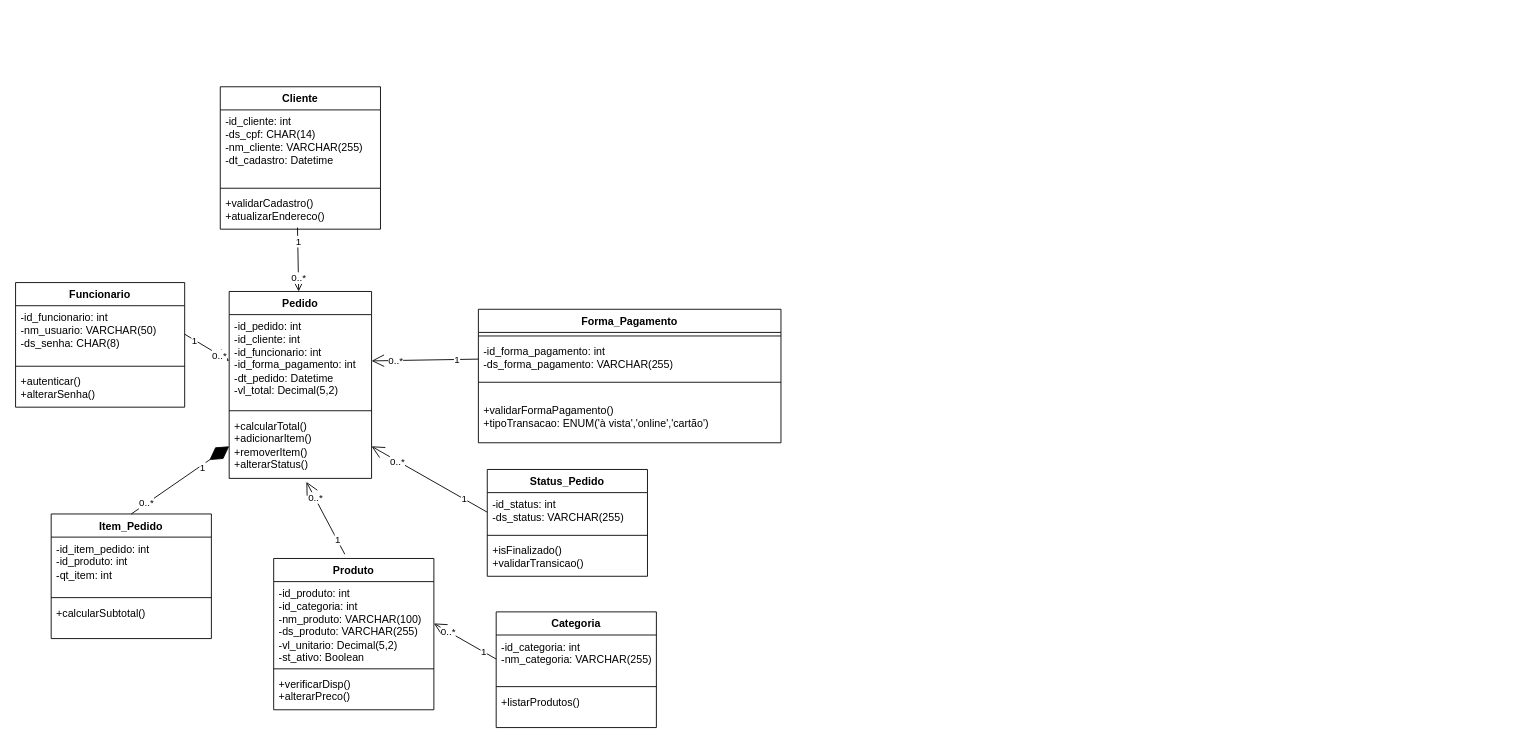
This is gestor-pedidos-lanchonete/sistema-de-gestao-de-pedidos/src/main/java/com/lanchonete/view/DiagramaPagamento.drawio from nathensen/lanchonete-novo-final, a draw.io file, before an edit. Source tidied: cells renumbered, new cells numbered last; positions are measured from the earlier drawing's top-left corner, leaving out a move shared by most shapes. Both pictures are drawn from the tidied source at 89%, with x=0, y=0 at pixel (15, 86).
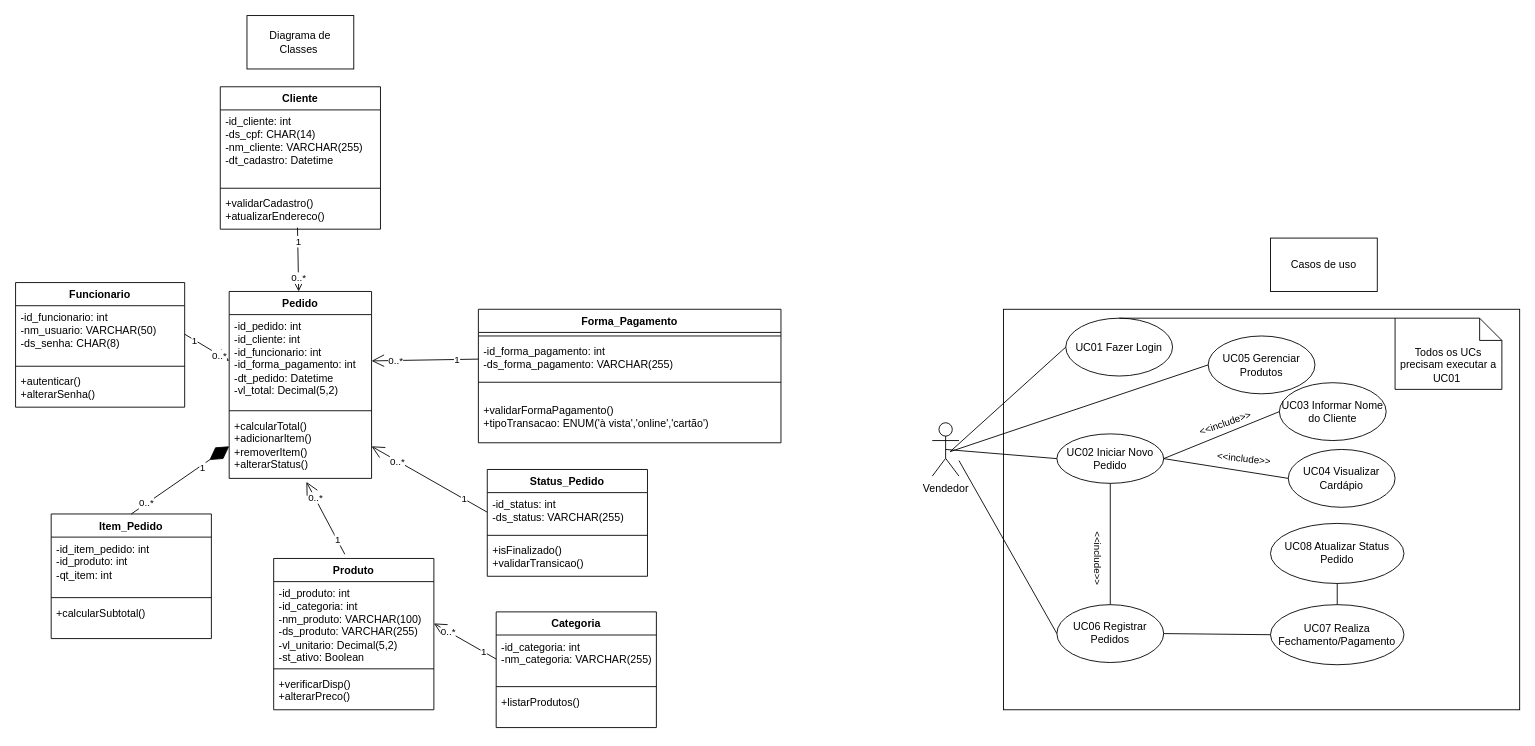
The same diagram, later.

Commit message (it also covers changes not shown here):
Caso de uso

The edit, as a diff of the source:
```diff
@@
+    <mxCell id="56" value="Diagrama de Classes&amp;nbsp;" style="rounded=0;whiteSpace=wrap;html=1;" parent="1" vertex="1">
+      <mxGeometry x="260" y="-80" width="120" height="60" as="geometry" />
+    </mxCell>
+    <mxCell id="57" style="rounded=0;whiteSpace=wrap;html=1;" parent="1" vertex="1">
+      <mxGeometry x="1110" y="250" width="580" height="450" as="geometry" />
+    </mxCell>
+    <mxCell id="58" value="&lt;div style=&quot;&quot;&gt;&lt;span style=&quot;background-color: transparent;&quot;&gt;Todos os UCs precisam executar a UC01&amp;nbsp;&lt;/span&gt;&lt;/div&gt;" style="shape=note2;boundedLbl=1;whiteSpace=wrap;html=1;size=25;verticalAlign=top;align=center;" parent="1" vertex="1">
+      <mxGeometry x="1550" y="260" width="120" height="80" as="geometry" />
+    </mxCell>
+    <mxCell id="59" value="Vendedor" style="shape=umlActor;verticalLabelPosition=bottom;verticalAlign=top;html=1;" parent="1" vertex="1">
+      <mxGeometry x="1030" y="377.5" width="30" height="60" as="geometry" />
+    </mxCell>
+    <mxCell id="60" value="UC01 Fazer Login" style="ellipse;whiteSpace=wrap;html=1;" parent="1" vertex="1">
+      <mxGeometry x="1180" y="260" width="120" height="65" as="geometry" />
+    </mxCell>
+    <mxCell id="61" value="UC02 Iniciar Novo Pedido" style="ellipse;whiteSpace=wrap;html=1;" parent="1" vertex="1">
+      <mxGeometry x="1170" y="390" width="120" height="55.6" as="geometry" />
+    </mxCell>
+    <mxCell id="62" style="endArrow=none;html=1;entryX=0;entryY=0.5;entryDx=0;entryDy=0;exitX=0.5;exitY=0.5;exitDx=0;exitDy=0;exitPerimeter=0;" parent="1" edge="1" source="59" target="61">
+      <mxGeometry relative="1" as="geometry" />
+    </mxCell>
+    <mxCell id="63" style="endArrow=none;html=1;entryX=0;entryY=0.5;entryDx=0;entryDy=0;" parent="1" edge="1" target="60">
+      <mxGeometry relative="1" as="geometry">
+        <mxPoint x="1050" y="410" as="sourcePoint" />
+      </mxGeometry>
+    </mxCell>
+    <mxCell id="64" value="UC03 Informar Nome do Cliente" style="ellipse;whiteSpace=wrap;html=1;" parent="1" vertex="1">
+      <mxGeometry x="1420" y="332.5" width="120" height="65" as="geometry" />
+    </mxCell>
+    <mxCell id="65" style="endArrow=none;html=1;entryX=0;entryY=0.5;entryDx=0;entryDy=0;exitX=1;exitY=0.5;exitDx=0;exitDy=0;" parent="1" edge="1" source="61" target="64">
+      <mxGeometry relative="1" as="geometry" />
+    </mxCell>
+    <mxCell id="66" value="&amp;lt;&amp;lt;include&amp;gt;&amp;gt;" style="edgeLabel;html=1;align=center;verticalAlign=middle;rotation=341;" parent="65" vertex="1">
+      <mxGeometry x="0.07" y="-1" relative="1" as="geometry">
+        <mxPoint x="-1" y="-13" as="offset" />
+      </mxGeometry>
+    </mxCell>
+    <mxCell id="67" value="UC04 Visualizar Cardápio" style="ellipse;whiteSpace=wrap;html=1;" parent="1" vertex="1">
+      <mxGeometry x="1430" y="407.5" width="120" height="65" as="geometry" />
+    </mxCell>
+    <mxCell id="68" style="endArrow=none;html=1;entryX=0;entryY=0.5;entryDx=0;entryDy=0;exitX=1;exitY=0.5;exitDx=0;exitDy=0;" parent="1" edge="1" source="61" target="67">
+      <mxGeometry relative="1" as="geometry" />
+    </mxCell>
+    <mxCell id="69" value="UC05 Gerenciar Produtos" style="ellipse;whiteSpace=wrap;html=1;" parent="1" vertex="1">
+      <mxGeometry x="1340" y="280" width="120" height="65" as="geometry" />
+    </mxCell>
+    <mxCell id="70" style="endArrow=none;html=1;exitX=0;exitY=0.5;exitDx=0;exitDy=0;" parent="1" edge="1" source="69">
+      <mxGeometry relative="1" as="geometry">
+        <mxPoint x="1050" y="410" as="targetPoint" />
+      </mxGeometry>
+    </mxCell>
+    <mxCell id="71" value="UC06 Registrar Pedidos" style="ellipse;whiteSpace=wrap;html=1;" parent="1" vertex="1">
+      <mxGeometry x="1170" y="581.9" width="120" height="65" as="geometry" />
+    </mxCell>
+    <mxCell id="72" style="endArrow=none;html=1;exitX=0;exitY=0.5;exitDx=0;exitDy=0;" parent="1" edge="1" source="71">
+      <mxGeometry relative="1" as="geometry">
+        <mxPoint x="1060" y="420" as="targetPoint" />
+      </mxGeometry>
+    </mxCell>
+    <mxCell id="73" value="UC07 Realiza Fechamento/Pagamento" style="ellipse;whiteSpace=wrap;html=1;" parent="1" vertex="1">
+      <mxGeometry x="1410" y="581.9" width="150" height="67.5" as="geometry" />
+    </mxCell>
+    <mxCell id="74" style="endArrow=none;html=1;exitX=1;exitY=0.5;exitDx=0;exitDy=0;entryX=0;entryY=0.5;entryDx=0;entryDy=0;" parent="1" edge="1" source="71" target="73">
+      <mxGeometry relative="1" as="geometry" />
+    </mxCell>
+    <mxCell id="75" value="UC08 Atualizar Status Pedido" style="ellipse;whiteSpace=wrap;html=1;" parent="1" vertex="1">
+      <mxGeometry x="1410" y="490.6" width="150" height="67.5" as="geometry" />
+    </mxCell>
+    <mxCell id="76" style="endArrow=none;html=1;exitX=0.5;exitY=0;exitDx=0;exitDy=0;entryX=0.5;entryY=1;entryDx=0;entryDy=0;" parent="1" edge="1" source="73" target="75">
+      <mxGeometry relative="1" as="geometry" />
+    </mxCell>
+    <mxCell id="77" style="endArrow=none;html=1;entryX=0;entryY=0;entryDx=0;entryDy=0;entryPerimeter=0;exitX=0.5;exitY=0;exitDx=0;exitDy=0;" parent="1" edge="1" source="60" target="58">
+      <mxGeometry relative="1" as="geometry" />
+    </mxCell>
+    <mxCell id="78" style="endArrow=none;html=1;entryX=0.5;entryY=0;entryDx=0;entryDy=0;" parent="1" edge="1" source="61" target="71">
+      <mxGeometry relative="1" as="geometry" />
+    </mxCell>
+    <mxCell id="79" value="&amp;lt;&amp;lt;include&amp;gt;&amp;gt;" style="edgeLabel;html=1;align=center;verticalAlign=middle;rotation=90;" parent="78" vertex="1">
+      <mxGeometry x="0.28" y="3" relative="1" as="geometry">
+        <mxPoint x="-16" y="-4" as="offset" />
+      </mxGeometry>
+    </mxCell>
+    <mxCell id="80" value="&amp;lt;&amp;lt;include&amp;gt;&amp;gt;" style="edgeLabel;html=1;align=center;verticalAlign=middle;rotation=6;" parent="1" vertex="1">
+      <mxGeometry x="1380" y="417.8" as="geometry" />
+    </mxCell>
+    <mxCell id="81" value="Casos de uso" style="rounded=0;whiteSpace=wrap;html=1;" parent="1" vertex="1">
+      <mxGeometry x="1410" y="170" width="120" height="60" as="geometry" />
+    </mxCell>
```
